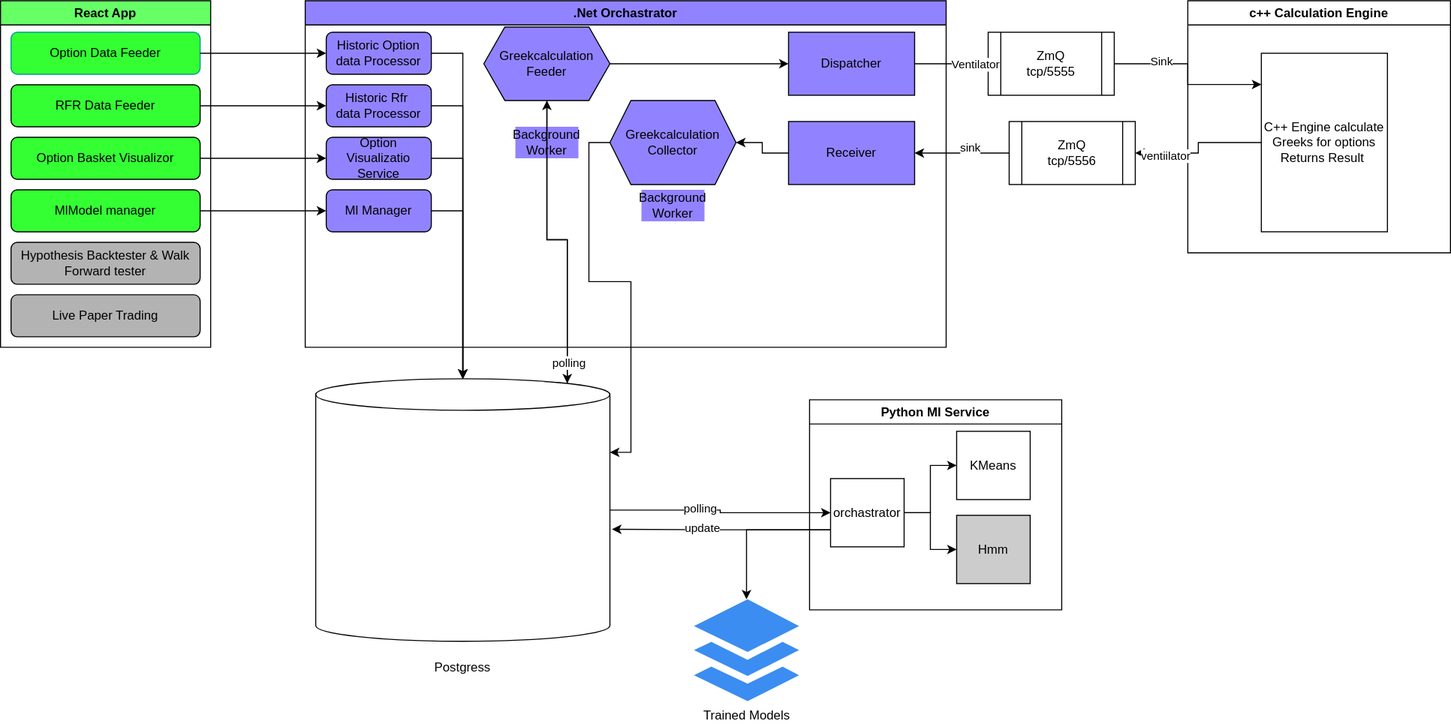
This is Info/HLD Architectuure.drawio.svg from DJ7999/Quant, a draw.io export, as it was before one commit. Source tidied: cells renumbered, new cells last; positions are measured from the earlier drawing's top-left corner, leaving out a move shared by most shapes.
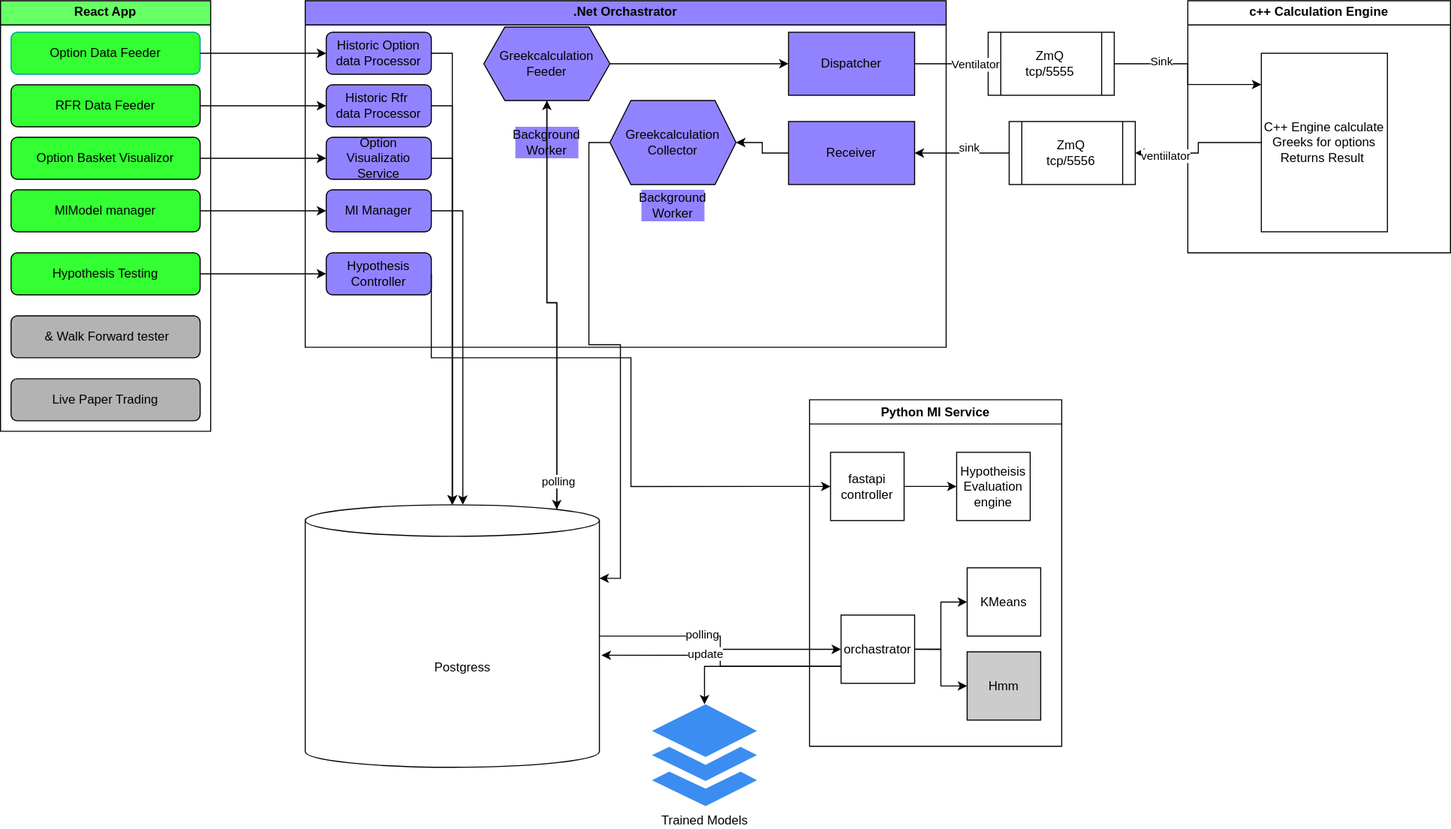
After the change.

The edit, as a diff of the source:
```diff
@@ -3,7 +3,7 @@
     <mxCell id="0" />
     <mxCell id="1" parent="0" />
     <mxCell id="2" value="React App" style="swimlane;whiteSpace=wrap;html=1;fillColor=#66FF66;" parent="1" vertex="1">
-      <mxGeometry width="200" height="330" as="geometry" />
+      <mxGeometry width="200" height="410" as="geometry" />
     </mxCell>
     <mxCell id="3" value="Option Data Feeder" style="rounded=1;whiteSpace=wrap;html=1;strokeColor=#009999;fillColor=#33FF33;" parent="2" vertex="1">
       <mxGeometry x="10" y="30" width="180" height="40" as="geometry" />
@@ -17,12 +17,15 @@
     <mxCell id="6" value="MlModel manager" style="rounded=1;whiteSpace=wrap;html=1;fillColor=#33FF33;" parent="2" vertex="1">
       <mxGeometry x="10" y="180" width="180" height="40" as="geometry" />
     </mxCell>
-    <mxCell id="7" value="Hypothesis Backtester &amp;amp; Walk Forward tester" style="rounded=1;whiteSpace=wrap;html=1;fillColor=#B3B3B3;" parent="2" vertex="1">
-      <mxGeometry x="10" y="230" width="180" height="40" as="geometry" />
+    <mxCell id="7" value="&amp;nbsp;&amp;amp; Walk Forward tester" style="rounded=1;whiteSpace=wrap;html=1;fillColor=#B3B3B3;" parent="2" vertex="1">
+      <mxGeometry x="10" y="300" width="180" height="40" as="geometry" />
     </mxCell>
     <mxCell id="8" value="Live Paper Trading" style="rounded=1;whiteSpace=wrap;html=1;fillColor=#B3B3B3;" parent="2" vertex="1">
-      <mxGeometry x="10" y="280" width="180" height="40" as="geometry" />
+      <mxGeometry x="10" y="360" width="180" height="40" as="geometry" />
     </mxCell>
+    <mxCell id="60" value="Hypothesis Testing" style="rounded=1;whiteSpace=wrap;html=1;fillColor=#33FF33;" parent="2" vertex="1">
+      <mxGeometry x="10" y="240" width="180" height="40" as="geometry" />
+    </mxCell>
     <mxCell id="9" value=".Net Orchastrator" style="swimlane;whiteSpace=wrap;html=1;fillColor=#9183FF;" parent="1" vertex="1">
       <mxGeometry x="290" width="610" height="330" as="geometry" />
     </mxCell>
@@ -62,6 +65,9 @@
     <mxCell id="21" value="Background Worker" style="text;html=1;whiteSpace=wrap;strokeColor=none;fillColor=#9183FF;align=center;verticalAlign=middle;rounded=0;" parent="9" vertex="1">
       <mxGeometry x="320" y="180" width="60" height="30" as="geometry" />
     </mxCell>
+    <mxCell id="61" value="Hypothesis Controller" style="rounded=1;whiteSpace=wrap;html=1;fillColor=#9183FF;" parent="9" vertex="1">
+      <mxGeometry x="20" y="240" width="100" height="40" as="geometry" />
+    </mxCell>
     <mxCell id="22" style="edgeStyle=orthogonalEdgeStyle;rounded=0;jettySize=auto;html=1;exitX=1;exitY=0.5;exitDx=0;exitDy=0;" parent="1" edge="1" source="3" target="10">
       <mxGeometry relative="1" as="geometry" />
     </mxCell>
@@ -84,7 +90,7 @@
       <mxGeometry x="-0.2" y="2" relative="1" as="geometry" />
     </mxCell>
     <mxCell id="29" style="shape=cylinder3;whiteSpace=wrap;html=1;boundedLbl=1;backgroundOutline=1;size=15;" parent="1" vertex="1">
-      <mxGeometry x="300" y="360" width="280" height="250" as="geometry" />
+      <mxGeometry x="290" y="480" width="280" height="250" as="geometry" />
     </mxCell>
     <mxCell id="30" value="Postgress" style="text;html=1;whiteSpace=wrap;strokeColor=none;fillColor=none;align=center;verticalAlign=middle;rounded=0;" parent="1" vertex="1">
       <mxGeometry x="410" y="620" width="60" height="30" as="geometry" />
@@ -153,7 +159,7 @@
       <mxGeometry relative="1" as="geometry" />
     </mxCell>
     <mxCell id="50" value="Python Ml Service" style="swimlane;whiteSpace=wrap;html=1;" parent="1" vertex="1">
-      <mxGeometry x="770" y="380" width="240" height="200" as="geometry" />
+      <mxGeometry x="770" y="380" width="240" height="330" as="geometry" />
     </mxCell>
     <mxCell id="51" style="edgeStyle=orthogonalEdgeStyle;rounded=0;jettySize=auto;html=1;" parent="50" edge="1" source="53" target="54">
       <mxGeometry relative="1" as="geometry" />
@@ -162,14 +168,23 @@
       <mxGeometry relative="1" as="geometry" />
     </mxCell>
     <mxCell id="53" value="orchastrator" style="rounded=0;whiteSpace=wrap;html=1;" parent="50" vertex="1">
-      <mxGeometry x="20" y="75" width="70" height="65" as="geometry" />
+      <mxGeometry x="30" y="205" width="70" height="65" as="geometry" />
     </mxCell>
     <mxCell id="54" value="KMeans" style="rounded=0;whiteSpace=wrap;html=1;" parent="50" vertex="1">
-      <mxGeometry x="140" y="30" width="70" height="65" as="geometry" />
+      <mxGeometry x="150" y="160" width="70" height="65" as="geometry" />
     </mxCell>
     <mxCell id="55" value="Hmm" style="rounded=0;whiteSpace=wrap;html=1;fillColor=#CCCCCC;" parent="50" vertex="1">
-      <mxGeometry x="140" y="110" width="70" height="65" as="geometry" />
+      <mxGeometry x="150" y="240" width="70" height="65" as="geometry" />
     </mxCell>
+    <mxCell id="62" style="edgeStyle=orthogonalEdgeStyle;rounded=0;jettySize=auto;html=1;" parent="50" edge="1" source="63" target="64">
+      <mxGeometry relative="1" as="geometry" />
+    </mxCell>
+    <mxCell id="63" value="fastapi controller" style="rounded=0;whiteSpace=wrap;html=1;" parent="50" vertex="1">
+      <mxGeometry x="20" y="50" width="70" height="65" as="geometry" />
+    </mxCell>
+    <mxCell id="64" value="Hypotheisis Evaluation engine" style="rounded=0;whiteSpace=wrap;html=1;" parent="50" vertex="1">
+      <mxGeometry x="140" y="50" width="70" height="65" as="geometry" />
+    </mxCell>
     <mxCell id="56" style="edgeStyle=orthogonalEdgeStyle;rounded=0;jettySize=auto;html=1;exitX=0;exitY=0.75;exitDx=0;exitDy=0;entryX=1.007;entryY=0.573;entryDx=0;entryDy=0;entryPerimeter=0;" parent="1" edge="1" source="53" target="29">
       <mxGeometry relative="1" as="geometry" />
     </mxCell>
@@ -177,10 +192,22 @@
       <mxGeometry x="0.18" y="-2" relative="1" as="geometry" />
     </mxCell>
     <mxCell id="58" value="Trained Models" style="sketch=0;html=1;strokeColor=none;shadow=0;fillColor=#3B8DF1;verticalAlign=top;labelPosition=center;verticalLabelPosition=bottom;shape=mxgraph.gcp2.files;" parent="1" vertex="1">
-      <mxGeometry x="660" y="570" width="100" height="97" as="geometry" />
+      <mxGeometry x="620" y="670" width="100" height="97" as="geometry" />
     </mxCell>
     <mxCell id="59" style="edgeStyle=orthogonalEdgeStyle;rounded=0;jettySize=auto;html=1;exitX=0;exitY=0.75;exitDx=0;exitDy=0;" parent="1" edge="1" source="53" target="58">
       <mxGeometry relative="1" as="geometry" />
     </mxCell>
+    <mxCell id="65" style="edgeStyle=orthogonalEdgeStyle;rounded=0;jettySize=auto;html=1;exitX=1;exitY=0.5;exitDx=0;exitDy=0;entryX=0;entryY=0.5;entryDx=0;entryDy=0;" parent="1" edge="1" source="60" target="61">
+      <mxGeometry relative="1" as="geometry" />
+    </mxCell>
+    <mxCell id="66" style="edgeStyle=orthogonalEdgeStyle;rounded=0;jettySize=auto;html=1;exitX=1;exitY=0.5;exitDx=0;exitDy=0;entryX=0;entryY=0.5;entryDx=0;entryDy=0;" parent="1" edge="1" source="61" target="63">
+      <mxGeometry relative="1" as="geometry">
+        <Array as="points">
+          <mxPoint x="410" y="340" />
+          <mxPoint x="600" y="340" />
+          <mxPoint x="600" y="462.6" />
+        </Array>
+      </mxGeometry>
+    </mxCell>
   </root>
 </mxGraphModel>
```
